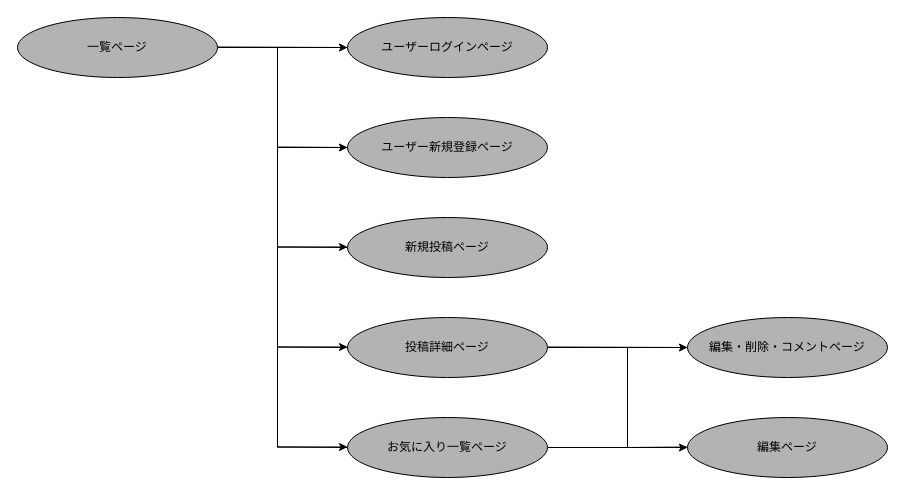
Before: 画面遷移図.dio in takunakashima/gofutbol, a draw.io diagram. Source tidied: cells renumbered, new cells numbered last; positions are measured from the earlier drawing's top-left corner, leaving out a move shared by most shapes. Both pictures are drawn from the tidied source at 100%, with x=0, y=0 at pixel (17, 17).
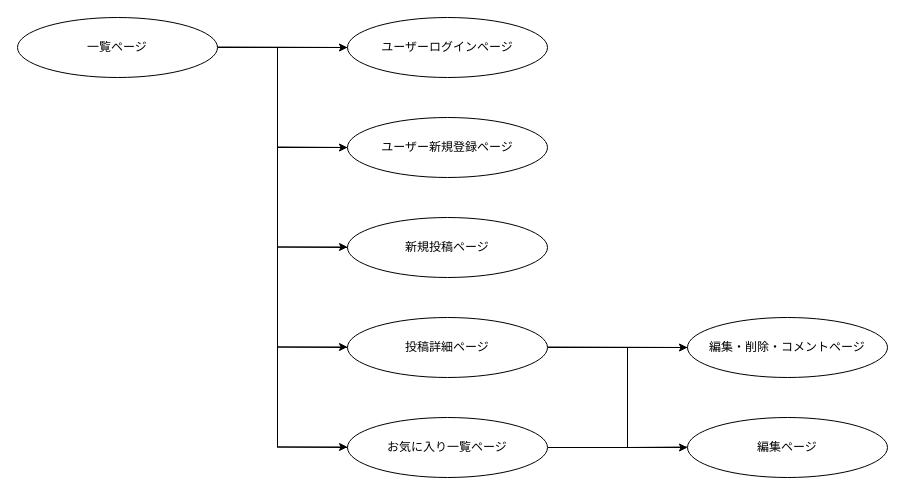
The same diagram, later.

Diff of the diagram source:
```diff
@@
-    <mxCell id="3" value="一覧ページ" style="ellipse;whiteSpace=wrap;html=1;align=center;fillColor=#B3B3B3;" parent="1" vertex="1">
+    <mxCell id="3" value="一覧ページ" style="ellipse;whiteSpace=wrap;html=1;align=center;fillColor=#FFFFFF;" parent="1" vertex="1">
       <mxGeometry width="200" height="60" as="geometry" />
     </mxCell>
-    <mxCell id="4" value="ユーザーログインページ" style="ellipse;whiteSpace=wrap;html=1;align=center;fillColor=#B3B3B3;" parent="1" vertex="1">
+    <mxCell id="4" value="ユーザーログインページ" style="ellipse;whiteSpace=wrap;html=1;align=center;fillColor=#FFFFFF;" parent="1" vertex="1">
       <mxGeometry x="330" width="200" height="60" as="geometry" />
     </mxCell>
-    <mxCell id="5" value="ユーザー新規登録ページ" style="ellipse;whiteSpace=wrap;html=1;align=center;fillColor=#B3B3B3;" parent="1" vertex="1">
+    <mxCell id="5" value="ユーザー新規登録ページ" style="ellipse;whiteSpace=wrap;html=1;align=center;fillColor=#FFFFFF;" parent="1" vertex="1">
       <mxGeometry x="330" y="100" width="200" height="60" as="geometry" />
     </mxCell>
-    <mxCell id="6" value="新規投稿ページ" style="ellipse;whiteSpace=wrap;html=1;align=center;fillColor=#B3B3B3;" parent="1" vertex="1">
+    <mxCell id="6" value="新規投稿ページ" style="ellipse;whiteSpace=wrap;html=1;align=center;fillColor=#FFFFFF;" parent="1" vertex="1">
       <mxGeometry x="330" y="200" width="200" height="60" as="geometry" />
     </mxCell>
@@
-    <mxCell id="8" value="お気に入り一覧ページ" style="ellipse;whiteSpace=wrap;html=1;align=center;fillColor=#B3B3B3;" parent="1" vertex="1">
+    <mxCell id="8" value="お気に入り一覧ページ" style="ellipse;whiteSpace=wrap;html=1;align=center;fillColor=#FFFFFF;" parent="1" vertex="1">
       <mxGeometry x="330" y="400" width="200" height="60" as="geometry" />
     </mxCell>
@@
-    <mxCell id="10" value="投稿詳細ページ" style="ellipse;whiteSpace=wrap;html=1;align=center;fillColor=#B3B3B3;" parent="1" vertex="1">
+    <mxCell id="10" value="投稿詳細ページ" style="ellipse;whiteSpace=wrap;html=1;align=center;fillColor=#FFFFFF;" parent="1" vertex="1">
       <mxGeometry x="330" y="300" width="200" height="60" as="geometry" />
     </mxCell>
-    <mxCell id="11" value="編集・削除・コメントページ" style="ellipse;whiteSpace=wrap;html=1;align=center;fillColor=#B3B3B3;" parent="1" vertex="1">
+    <mxCell id="11" value="編集・削除・コメントページ" style="ellipse;whiteSpace=wrap;html=1;align=center;fillColor=#FFFFFF;" parent="1" vertex="1">
       <mxGeometry x="670" y="300" width="200" height="60" as="geometry" />
     </mxCell>
-    <mxCell id="12" value="編集ページ" style="ellipse;whiteSpace=wrap;html=1;align=center;fillColor=#B3B3B3;" parent="1" vertex="1">
+    <mxCell id="12" value="編集ページ" style="ellipse;whiteSpace=wrap;html=1;align=center;fillColor=#FFFFFF;" parent="1" vertex="1">
       <mxGeometry x="670" y="400" width="200" height="60" as="geometry" />
     </mxCell>
```
